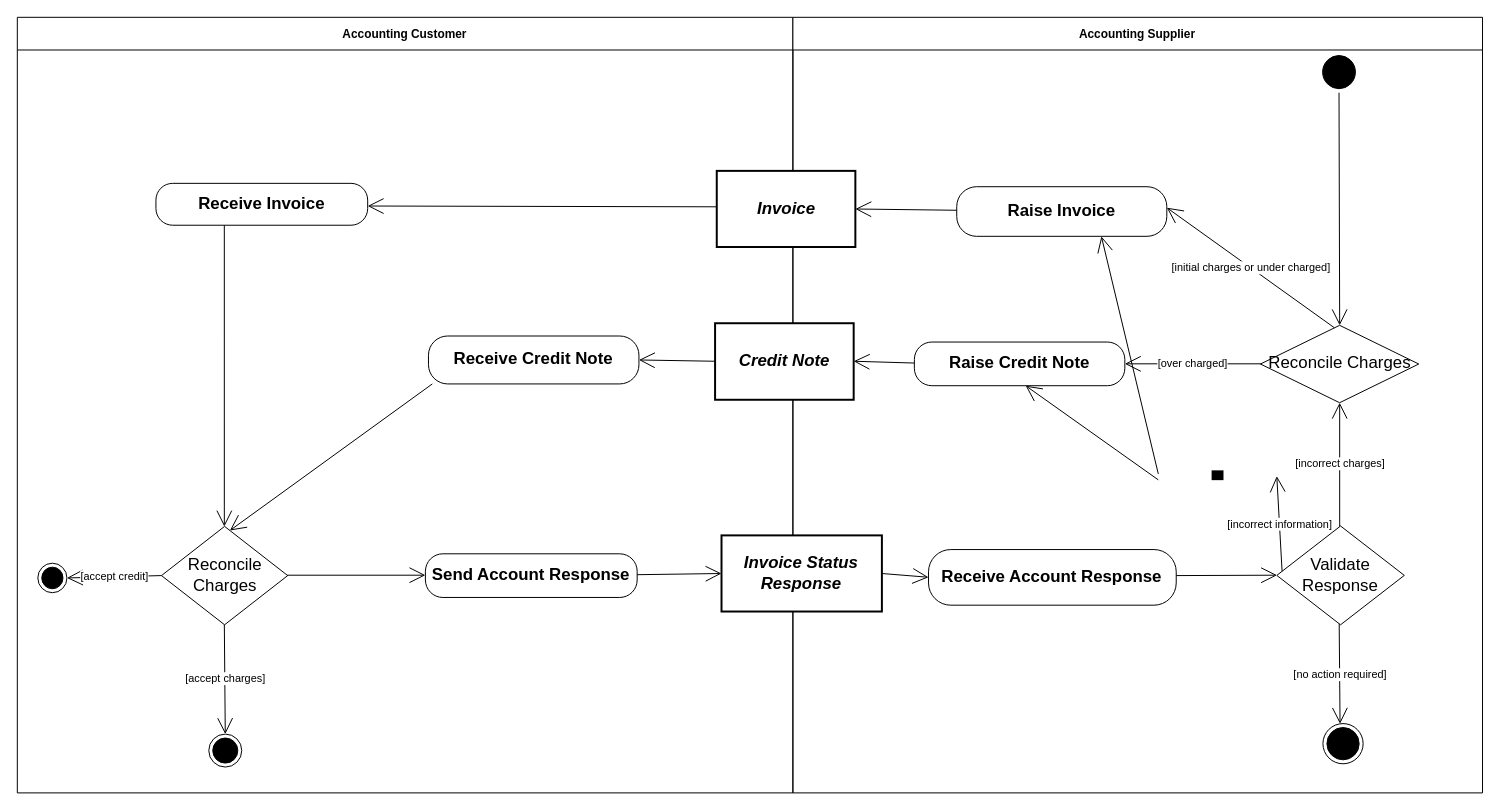
Earlier version of the draw.io diagram diagrams/UBL-2.5-BillingwithCreditNoteProcess/UBL-2.5-BillingwithCreditNoteProcess.drawio (kduvekot/ubl-work-on-svg-images). Source tidied: cells renumbered, new cells numbered last; positions are measured from the earlier drawing's top-left corner, leaving out a move shared by most shapes. Both pictures are drawn from the tidied source at 99%, with x=0, y=0 at pixel (17, 17).
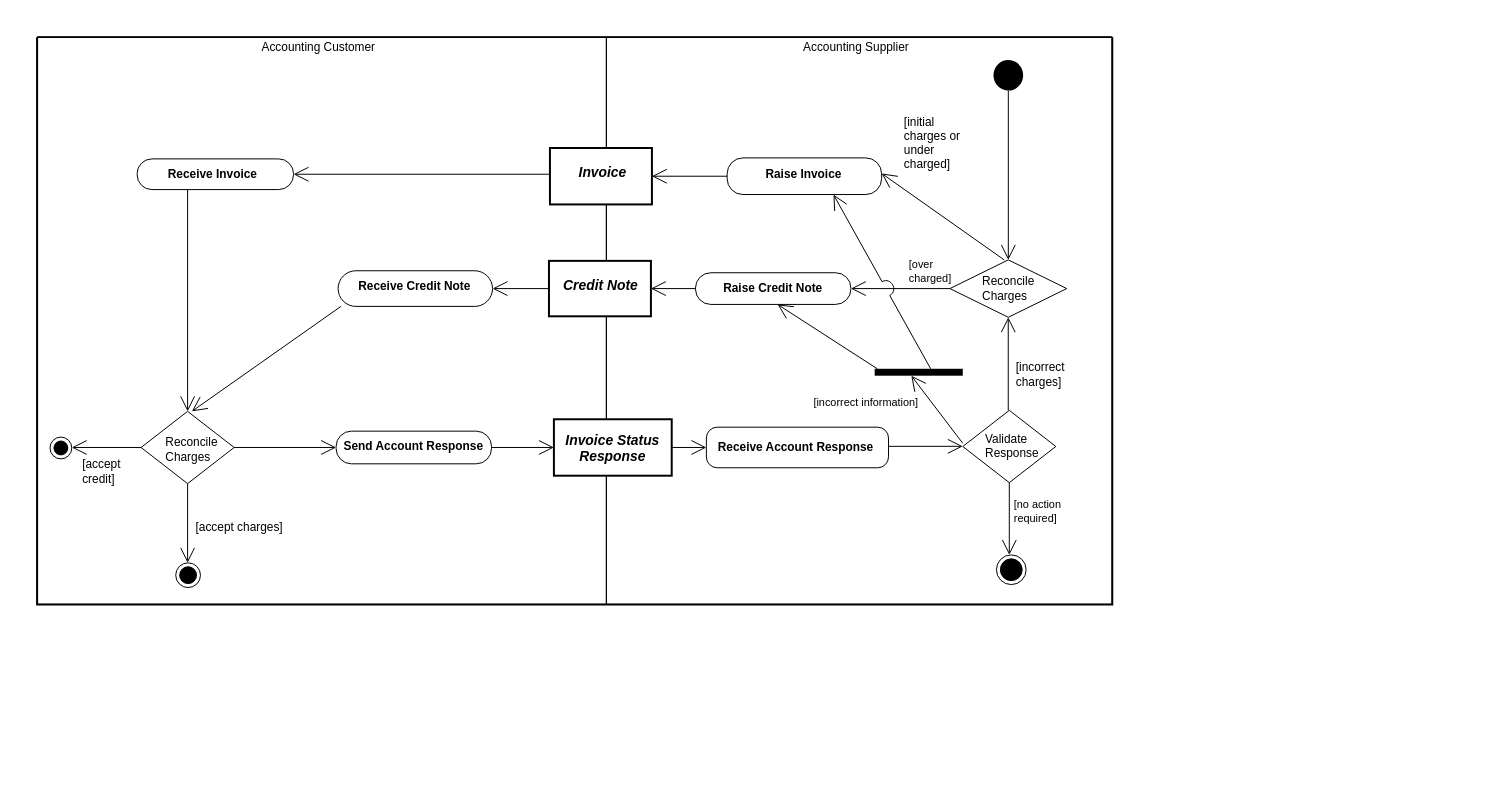
Above is the later version.

The edit, as a diff of the source:
```diff
@@
+    <mxCell id="41" style="swimlane;html=1;startSize=0;whiteSpace=wrap;fillColor=none;strokeWidth=2;" parent="1" vertex="1">
+      <mxGeometry x="20" y="20" width="1086" height="573" as="geometry" />
+    </mxCell>
-    <mxCell id="2" value="Accounting Customer" style="swimlane;whiteSpace=wrap;html=1;startSize=33;" parent="1" vertex="1">
-      <mxGeometry width="783.4" height="783.4" as="geometry" />
+    <mxCell id="2" value="Accounting Customer" style="swimlane;horizontal=1;startSize=21;swimlaneLine=0;html=1;fillColor=none;fontSize=12;fontStyle=0;spacing=0;spacingRight=7;" parent="41" vertex="1">
+      <mxGeometry width="575" height="573" as="geometry" />
     </mxCell>
-    <mxCell id="3" value="Accounting Supplier" style="swimlane;whiteSpace=wrap;html=1;startSize=33;" parent="1" vertex="1">
-      <mxGeometry x="783.4" width="696.6" height="783.4" as="geometry" />
+    <mxCell id="3" value="Accounting Supplier" style="swimlane;horizontal=1;startSize=21;swimlaneLine=0;html=1;fillColor=none;fontSize=12;fontStyle=0;spacing=0;spacingRight=7;" parent="41" vertex="1">
+      <mxGeometry x="575" width="511" height="573" as="geometry" />
     </mxCell>
-    <mxCell id="4" style="ellipse;html=1;shape=startState;fillColor=#000000;strokeColor=#000000;fontFamily=Helvetica;fontSize=17;" parent="1" vertex="1">
-      <mxGeometry x="1314.5" y="34.6" width="41.1" height="41.5" as="geometry" />
+    <mxCell id="4" style="ellipse;shape=startState;fillColor=#000000;strokeColor=none;html=1;" parent="3" vertex="1">
+      <mxGeometry x="387" y="19" width="38" height="39" as="geometry" />
     </mxCell>
-    <mxCell id="5" value="Invoice" style="rounded=0;whiteSpace=wrap;html=1;fontStyle=3;strokeWidth=2;fontFamily=Helvetica;fontSize=17;" parent="1" vertex="1">
-      <mxGeometry x="706.5" y="155.1" width="140" height="76.9" as="geometry" />
+    <mxCell id="5" value="Invoice" style="rounded=0;html=1;whiteSpace=nowrap;fontSize=14;fontStyle=3;align=center;verticalAlign=middle;spacing=0;spacingLeft=2;spacingBottom=7;strokeWidth=2;" parent="3" vertex="1">
+      <mxGeometry x="-57" y="112" width="103" height="57" as="geometry" />
     </mxCell>
-    <mxCell id="6" value="Receive Invoice" style="rounded=1;arcSize=40;whiteSpace=wrap;html=1;fontStyle=1;fontFamily=Helvetica;fontSize=17;" parent="1" vertex="1">
-      <mxGeometry x="140" y="167.7" width="213.9" height="42.3" as="geometry" />
+    <mxCell id="6" value="Receive Invoice" style="rounded=1;absoluteArcSize=1;arcSize=30;html=1;whiteSpace=nowrap;fontSize=12;fontStyle=1;align=center;verticalAlign=middle;spacing=0;spacingRight=6;spacingTop=1;" parent="2" vertex="1">
+      <mxGeometry x="101" y="123" width="158" height="31" as="geometry" />
     </mxCell>
-    <mxCell id="7" value="Raise Invoice" style="rounded=1;arcSize=40;whiteSpace=wrap;html=1;fontStyle=1;fontFamily=Helvetica;fontSize=17;" parent="1" vertex="1">
-      <mxGeometry x="948.9" y="171.1" width="212.2" height="50.1" as="geometry" />
+    <mxCell id="7" value="Raise Invoice" style="rounded=1;absoluteArcSize=1;arcSize=32;html=1;whiteSpace=nowrap;fontSize=12;fontStyle=1;align=center;verticalAlign=middle;spacing=0;spacingRight=3;spacingBottom=4;" parent="3" vertex="1">
+      <mxGeometry x="122" y="122" width="156" height="37" as="geometry" />
     </mxCell>
-    <mxCell id="8" value="Credit Note" style="rounded=0;whiteSpace=wrap;html=1;fontStyle=3;strokeWidth=2;fontFamily=Helvetica;fontSize=17;" parent="1" vertex="1">
-      <mxGeometry x="704.8" y="309" width="140" height="77.3" as="geometry" />
+    <mxCell id="8" value="Credit Note" style="rounded=0;html=1;whiteSpace=nowrap;fontSize=14;fontStyle=3;align=center;verticalAlign=middle;spacing=0;spacingLeft=1;spacingBottom=7;strokeWidth=2;" parent="3" vertex="1">
+      <mxGeometry x="-58" y="226" width="103" height="56" as="geometry" />
     </mxCell>
-    <mxCell id="9" value="Reconcile Charges" style="rhombus;whiteSpace=wrap;html=1;fontFamily=Helvetica;fontSize=17;" parent="1" vertex="1">
-      <mxGeometry x="1255.7" y="311.1" width="159.9" height="78.2" as="geometry" />
+    <mxCell id="9" value="Reconcile&lt;br&gt;Charges" style="rhombus;html=1;whiteSpace=nowrap;fontSize=12;fontStyle=0;align=left;verticalAlign=middle;spacing=0;spacingLeft=33;" parent="3" vertex="1">
+      <mxGeometry x="347" y="225" width="118" height="58" as="geometry" />
     </mxCell>
-    <mxCell id="10" value="Receive Credit Note" style="rounded=1;arcSize=40;whiteSpace=wrap;html=1;fontStyle=1;fontFamily=Helvetica;fontSize=17;" parent="1" vertex="1">
-      <mxGeometry x="415.3" y="321.9" width="212.6" height="48.4" as="geometry" />
+    <mxCell id="10" value="Receive Credit Note" style="rounded=1;absoluteArcSize=1;arcSize=36;html=1;whiteSpace=nowrap;fontSize=12;fontStyle=1;align=center;verticalAlign=middle;spacing=0;spacingRight=2;spacingBottom=5;" parent="2" vertex="1">
+      <mxGeometry x="304" y="236" width="156" height="36" as="geometry" />
     </mxCell>
-    <mxCell id="11" value="Raise Credit Note" style="rounded=1;arcSize=40;whiteSpace=wrap;html=1;fontStyle=1;fontFamily=Helvetica;fontSize=17;" parent="1" vertex="1">
-      <mxGeometry x="906.1" y="328" width="212.6" height="44.1" as="geometry" />
+    <mxCell id="11" value="Raise Credit Note" style="rounded=1;absoluteArcSize=1;arcSize=31;html=1;whiteSpace=nowrap;fontSize=12;fontStyle=1;align=center;verticalAlign=middle;spacing=0;spacingRight=2;spacingBottom=1;" parent="3" vertex="1">
+      <mxGeometry x="90" y="238" width="157" height="32" as="geometry" />
     </mxCell>
-    <mxCell id="12" style="html=1;shape=line;direction=north;strokeWidth=12;fontFamily=Helvetica;fontSize=17;" parent="1" vertex="1">
-      <mxGeometry x="1152.5" y="457.6" width="119.7" height="9.9" as="geometry" />
+    <mxCell id="12" style="html=1;points=[[0.0295,0],[0.4154,1],[0.6356,0]];perimeter=orthogonalPerimeter;fillColor=#000000;strokeColor=none;" parent="3" vertex="1">
+      <mxGeometry x="271" y="335" width="89" height="7" as="geometry" />
     </mxCell>
-    <mxCell id="13" value="Validate Response" style="rhombus;whiteSpace=wrap;html=1;fontFamily=Helvetica;fontSize=17;" parent="1" vertex="1">
-      <mxGeometry x="1272.2" y="513.8" width="128.8" height="99.8" as="geometry" />
+    <mxCell id="13" value="Validate&lt;br&gt;Response" style="rhombus;html=1;whiteSpace=nowrap;fontSize=12;fontStyle=0;align=left;verticalAlign=middle;spacing=0;spacingLeft=23;spacingBottom=2;" parent="3" vertex="1">
+      <mxGeometry x="360" y="377" width="94" height="73" as="geometry" />
     </mxCell>
-    <mxCell id="14" value="Reconcile Charges" style="rhombus;whiteSpace=wrap;html=1;fontFamily=Helvetica;fontSize=17;" parent="1" vertex="1">
-      <mxGeometry x="145.6" y="514.2" width="127.5" height="99.4" as="geometry" />
+    <mxCell id="14" value="Reconcile&lt;br&gt;Charges" style="rhombus;html=1;whiteSpace=nowrap;fontSize=12;fontStyle=0;align=left;verticalAlign=middle;spacing=0;spacingLeft=25;spacingTop=4;" parent="2" vertex="1">
+      <mxGeometry x="105" y="378" width="94" height="73" as="geometry" />
     </mxCell>
-    <mxCell id="15" value="Invoice Status Response" style="rounded=0;whiteSpace=wrap;html=1;fontStyle=3;strokeWidth=2;fontFamily=Helvetica;fontSize=17;" parent="1" vertex="1">
-      <mxGeometry x="711.3" y="523.3" width="162" height="76.9" as="geometry" />
+    <mxCell id="15" value="Invoice Status&lt;br&gt;Response" style="rounded=0;html=1;whiteSpace=nowrap;fontSize=14;fontStyle=3;align=center;verticalAlign=middle;spacing=0;spacingRight=1;spacingTop=1;strokeWidth=2;" parent="3" vertex="1">
+      <mxGeometry x="-53" y="386" width="119" height="57" as="geometry" />
     </mxCell>
-    <mxCell id="16" value="Receive Account Response" style="rounded=1;arcSize=40;whiteSpace=wrap;html=1;fontStyle=1;fontFamily=Helvetica;fontSize=17;" parent="1" vertex="1">
-      <mxGeometry x="920.4" y="537.6" width="250.2" height="56.2" as="geometry" />
+    <mxCell id="16" value="Receive Account Response" style="rounded=1;absoluteArcSize=1;arcSize=22;html=1;whiteSpace=nowrap;fontSize=12;fontStyle=1;align=center;verticalAlign=middle;spacing=0;spacingRight=4;spacingTop=1;" parent="3" vertex="1">
+      <mxGeometry x="101" y="394" width="184" height="41" as="geometry" />
     </mxCell>
-    <mxCell id="17" value="Send Account Response" style="rounded=1;arcSize=40;whiteSpace=wrap;html=1;fontStyle=1;fontFamily=Helvetica;fontSize=17;" parent="1" vertex="1">
-      <mxGeometry x="412.2" y="541.9" width="213.9" height="44.1" as="geometry" />
+    <mxCell id="17" value="Send Account Response" style="rounded=1;absoluteArcSize=1;arcSize=31;html=1;whiteSpace=nowrap;fontSize=12;fontStyle=1;align=center;verticalAlign=middle;spacing=0;spacingRight=2;spacingBottom=1;" parent="2" vertex="1">
+      <mxGeometry x="302" y="398" width="157" height="33" as="geometry" />
     </mxCell>
-    <mxCell id="18" style="ellipse;html=1;shape=endState;fillColor=#000000;strokeColor=#000000;fontFamily=Helvetica;fontSize=17;" parent="1" vertex="1">
-      <mxGeometry x="20.7" y="551.4" width="29.4" height="29.8" as="geometry" />
+    <mxCell id="18" style="ellipse;shape=endState;fillColor=#000000;html=1;" parent="2" vertex="1">
+      <mxGeometry x="13" y="404" width="22" height="22" as="geometry" />
     </mxCell>
-    <mxCell id="19" style="ellipse;html=1;shape=endState;fillColor=#000000;strokeColor=#000000;fontFamily=Helvetica;fontSize=17;" parent="1" vertex="1">
-      <mxGeometry x="1318.8" y="713.4" width="40.6" height="40.6" as="geometry" />
+    <mxCell id="19" style="ellipse;shape=endState;fillColor=#000000;html=1;" parent="3" vertex="1">
+      <mxGeometry x="394" y="523" width="30" height="30" as="geometry" />
     </mxCell>
-    <mxCell id="20" style="ellipse;html=1;shape=endState;fillColor=#000000;strokeColor=#000000;fontFamily=Helvetica;fontSize=17;" parent="1" vertex="1">
-      <mxGeometry x="193.4" y="724" width="33.3" height="33.3" as="geometry" />
+    <mxCell id="20" style="ellipse;shape=endState;fillColor=#000000;html=1;" parent="2" vertex="1">
+      <mxGeometry x="140" y="531" width="25" height="25" as="geometry" />
     </mxCell>
-    <mxCell id="21" style="edgeStyle=none;rounded=0;html=1;endArrow=open;endFill=0;endSize=14;exitX=0.5158;exitY=1.0;entryX=0.5003;entryY=0.0;" parent="1" edge="1" source="4" target="9">
+    <mxCell id="21" style="edgeStyle=none;rounded=0;html=1;endArrow=open;endFill=0;endSize=13;exitPerimeter=0;entryX=0.5;entryY=0;entryPerimeter=0;exitX=0.5;exitY=0.8961;" parent="3" edge="1" source="4" target="9">
       <mxGeometry relative="1" as="geometry" />
     </mxCell>
-    <mxCell id="22" style="edgeStyle=none;rounded=0;html=1;endArrow=open;endFill=0;endSize=14;exitX=0.0;exitY=0.472;entryX=1.0;entryY=0.5414;" parent="1" edge="1" source="5" target="6">
+    <mxCell id="22" style="edgeStyle=none;rounded=0;html=1;endArrow=open;endFill=0;endSize=13;exitPerimeter=0;entryX=1;entryY=0.5;entryPerimeter=0;exitX=0;exitY=0.464912;" parent="41" edge="1" source="5" target="6">
       <mxGeometry relative="1" as="geometry" />
     </mxCell>
-    <mxCell id="23" style="edgeStyle=none;rounded=0;html=1;endArrow=open;endFill=0;endSize=14;exitX=0.0;exitY=0.475;entryX=1.0;entryY=0.5007;" parent="1" edge="1" source="7" target="5">
+    <mxCell id="23" style="edgeStyle=none;rounded=0;html=1;endArrow=open;endFill=0;endSize=13;exitX=0;exitY=0.5;exitPerimeter=0;entryX=1;entryY=0.5;entryPerimeter=0;" parent="3" edge="1" source="7" target="5">
       <mxGeometry relative="1" as="geometry" />
     </mxCell>
-    <mxCell id="24" value="[initial charges or under charged]" style="edgeStyle=none;rounded=0;html=1;endArrow=open;endFill=0;endSize=14;exitX=0.4653;exitY=0.0;entryX=1.0;entryY=0.4232;" parent="1" edge="1" source="9" target="7">
-      <mxGeometry relative="1" as="geometry" />
+    <mxCell id="24" value="[initial&lt;br&gt;charges or&lt;br&gt;under&lt;br&gt;charged]" style="edgeStyle=none;rounded=0;html=1;endArrow=open;endFill=0;endSize=13;exitX=0.4647;exitY=0;exitPerimeter=0;entryX=1;entryY=0.4228;entryPerimeter=0;fontSize=12;fontStyle=0;align=left;verticalAlign=middle;labelBackgroundColor=none;" parent="3" edge="1" source="9" target="7">
+      <mxGeometry x="1" relative="1" as="geometry">
+        <mxPoint x="21" y="-30" as="offset" />
+      </mxGeometry>
     </mxCell>
-    <mxCell id="25" style="edgeStyle=none;rounded=0;html=1;endArrow=open;endFill=0;endSize=14;exitX=0.323;exitY=1.0;entryX=0.498;entryY=0.0;" parent="1" edge="1" source="6" target="14">
+    <mxCell id="25" style="edgeStyle=none;rounded=0;html=1;endArrow=open;endFill=0;endSize=13;exitPerimeter=0;entryX=0.5;entryY=0;entryPerimeter=0;exitX=0.322785;exitY=1;" parent="2" edge="1" source="6" target="14">
       <mxGeometry relative="1" as="geometry" />
     </mxCell>
-    <mxCell id="26" style="edgeStyle=none;rounded=0;html=1;endArrow=open;endFill=0;endSize=14;exitX=0.6349;exitY=0.0;entryX=0.6885;entryY=1.0;" parent="1" edge="1" source="12" target="7">
-      <mxGeometry relative="1" as="geometry" />
-    </mxCell>
-    <mxCell id="27" value="[over charged]" style="edgeStyle=none;rounded=0;html=1;endArrow=open;endFill=0;endSize=14;exitX=0.0;exitY=0.4974;entryX=1.0;entryY=0.4989;" parent="1" edge="1" source="9" target="11">
-      <mxGeometry relative="1" as="geometry" />
+    <mxCell id="27" value="[over&lt;br&gt;charged]" style="edgeStyle=none;rounded=0;html=1;endArrow=open;endFill=0;endSize=13;exitX=0;exitY=0.5;exitPerimeter=0;entryX=1;entryY=0.5;entryPerimeter=0;fontSize=11;fontStyle=0;align=left;verticalAlign=middle;labelBackgroundColor=none;" parent="3" edge="1" source="9" target="11">
+      <mxGeometry x="-0.14" relative="1" as="geometry">
+        <mxPoint y="-17" as="offset" />
+      </mxGeometry>
     </mxCell>
-    <mxCell id="28" style="edgeStyle=none;rounded=0;html=1;endArrow=open;endFill=0;endSize=14;exitX=0.0;exitY=0.4968;entryX=1.0;entryY=0.5;" parent="1" edge="1" source="8" target="10">
+    <mxCell id="28" style="edgeStyle=none;rounded=0;html=1;endArrow=open;endFill=0;endSize=13;exitX=0;exitY=0.5;exitPerimeter=0;entryX=1;entryY=0.5;entryPerimeter=0;" parent="41" edge="1" source="8" target="10">
       <mxGeometry relative="1" as="geometry" />
     </mxCell>
-    <mxCell id="29" style="edgeStyle=none;rounded=0;html=1;endArrow=open;endFill=0;endSize=14;exitX=0.0;exitY=0.4807;entryX=1.0;entryY=0.4968;" parent="1" edge="1" source="11" target="8">
+    <mxCell id="29" style="edgeStyle=none;rounded=0;html=1;endArrow=open;endFill=0;endSize=13;exitX=0;exitY=0.5;exitPerimeter=0;entryX=1;entryY=0.5;entryPerimeter=0;" parent="3" edge="1" source="11" target="8">
       <mxGeometry relative="1" as="geometry" />
     </mxCell>
-    <mxCell id="30" style="edgeStyle=none;rounded=0;html=1;endArrow=open;endFill=0;endSize=14;exitX=0.0183;exitY=1.0;entryX=0.5459;entryY=0.0;" parent="1" edge="1" source="10" target="14">
+    <mxCell id="30" style="edgeStyle=none;rounded=0;html=1;endArrow=open;endFill=0;endSize=13;exitX=0.0185;exitY=1;exitPerimeter=0;entryX=0.5458;entryY=0;entryPerimeter=0;" parent="2" edge="1" source="10" target="14">
       <mxGeometry relative="1" as="geometry" />
     </mxCell>
-    <mxCell id="31" style="edgeStyle=none;rounded=0;html=1;endArrow=open;endFill=0;endSize=14;exitX=0.0284;exitY=0.0;entryX=0.5287;entryY=1.0;" parent="1" edge="1" source="12" target="11">
+    <mxCell id="31" style="edgeStyle=none;rounded=0;html=1;endArrow=open;endFill=0;endSize=13;exitX=0.0295;exitY=0;exitPerimeter=0;entryX=0.5284;entryY=1;entryPerimeter=0;" parent="3" edge="1" source="12" target="11">
       <mxGeometry relative="1" as="geometry" />
     </mxCell>
-    <mxCell id="32" value="[incorrect charges]" style="edgeStyle=none;rounded=0;html=1;endArrow=open;endFill=0;endSize=14;exitX=0.493;exitY=0.0;entryX=0.5003;entryY=1.0;" parent="1" edge="1" source="13" target="9">
-      <mxGeometry relative="1" as="geometry" />
+    <mxCell id="32" value="[incorrect&lt;br&gt;charges]" style="edgeStyle=none;rounded=0;html=1;endArrow=open;endFill=0;endSize=13;exitPerimeter=0;entryX=0.4996;entryY=1;entryPerimeter=0;fontSize=12;fontStyle=0;align=left;verticalAlign=middle;labelBackgroundColor=none;exitX=0.48886;exitY=0;" parent="3" edge="1" source="13" target="9">
+      <mxGeometry x="-0.24" relative="1" as="geometry">
+        <mxPoint x="6" as="offset" />
+      </mxGeometry>
     </mxCell>
-    <mxCell id="33" value="[incorrect information]" style="edgeStyle=none;rounded=0;html=1;endArrow=open;endFill=0;endSize=14;exitX=0.0;exitY=0.4549;entryX=0.4144;entryY=1.0;" parent="1" edge="1" source="13" target="12">
-      <mxGeometry relative="1" as="geometry" />
+    <mxCell id="33" value="[incorrect information]" style="edgeStyle=none;rounded=0;html=1;endArrow=open;endFill=0;endSize=13;exitX=0;exitY=0.4558;exitPerimeter=0;entryX=0.4154;entryY=1;entryPerimeter=0;fontSize=11;fontStyle=0;align=center;verticalAlign=middle;labelBackgroundColor=none;" parent="3" edge="1" source="13" target="12">
+      <mxGeometry x="1" relative="1" as="geometry">
+        <mxPoint x="-46" y="27" as="offset" />
+      </mxGeometry>
     </mxCell>
-    <mxCell id="34" style="edgeStyle=none;rounded=0;html=1;endArrow=open;endFill=0;endSize=14;exitX=1.0;exitY=0.4785;entryX=0.0;entryY=0.5007;" parent="1" edge="1" source="17" target="15">
+    <mxCell id="34" style="edgeStyle=none;rounded=0;html=1;endArrow=open;endFill=0;endSize=13;exitX=1;exitY=0.5;exitPerimeter=0;entryX=0;entryY=0.5;entryPerimeter=0;" parent="41" edge="1" source="17" target="15">
       <mxGeometry relative="1" as="geometry" />
     </mxCell>
-    <mxCell id="35" style="edgeStyle=none;rounded=0;html=1;endArrow=open;endFill=0;endSize=14;exitX=1.0;exitY=0.496;entryX=0.0;entryY=0.4898;" parent="1" edge="1" source="14" target="17">
+    <mxCell id="35" style="edgeStyle=none;rounded=0;html=1;endArrow=open;endFill=0;endSize=13;exitX=1;exitY=0.5;exitPerimeter=0;entryX=0;entryY=0.5;entryPerimeter=0;" parent="2" edge="1" source="14" target="17">
       <mxGeometry relative="1" as="geometry" />
     </mxCell>
-    <mxCell id="36" style="edgeStyle=none;rounded=0;html=1;endArrow=open;endFill=0;endSize=14;exitX=1.0;exitY=0.5007;entryX=0.0;entryY=0.4982;" parent="1" edge="1" source="15" target="16">
+    <mxCell id="36" style="edgeStyle=none;rounded=0;html=1;endArrow=open;endFill=0;endSize=13;exitX=1;exitY=0.5;exitPerimeter=0;entryX=0;entryY=0.5;entryPerimeter=0;" parent="3" edge="1" source="15" target="16">
       <mxGeometry relative="1" as="geometry" />
     </mxCell>
-    <mxCell id="37" style="edgeStyle=none;rounded=0;html=1;endArrow=open;endFill=0;endSize=14;exitX=1.0;exitY=0.468;entryX=0.0;entryY=0.498;" parent="1" edge="1" source="16" target="13">
+    <mxCell id="37" style="edgeStyle=none;rounded=0;html=1;endArrow=open;endFill=0;endSize=13;exitPerimeter=0;entryX=0;entryY=0.498;entryPerimeter=0;exitX=1;exitY=0.472049;" parent="3" edge="1" source="16" target="13">
       <mxGeometry relative="1" as="geometry" />
     </mxCell>
-    <mxCell id="38" value="[accept credit]" style="edgeStyle=none;rounded=0;html=1;endArrow=open;endFill=0;endSize=14;exitX=0.0;exitY=0.5;entryX=1.0;entryY=0.4765;" parent="1" edge="1" source="14" target="18">
-      <mxGeometry relative="1" as="geometry" />
+    <mxCell id="38" value="[accept&lt;br&gt;credit]" style="edgeStyle=none;rounded=0;html=1;endArrow=open;endFill=0;endSize=13;exitX=0;exitY=0.5;exitPerimeter=0;entryPerimeter=0;fontSize=12;fontStyle=0;align=left;verticalAlign=middle;labelBackgroundColor=none;entryX=1;entryY=0.477273;" parent="2" edge="1" source="14" target="18">
+      <mxGeometry x="0.73" relative="1" as="geometry">
+        <mxPoint y="24" as="offset" />
+      </mxGeometry>
     </mxCell>
-    <mxCell id="39" value="[accept charges]" style="edgeStyle=none;rounded=0;html=1;endArrow=open;endFill=0;endSize=14;exitX=0.498;exitY=1.0;entryX=0.4715;entryY=0.0;" parent="1" edge="1" source="14" target="20">
-      <mxGeometry relative="1" as="geometry" />
+    <mxCell id="39" value="[accept charges]" style="edgeStyle=none;rounded=0;html=1;endArrow=open;endFill=0;endSize=13;exitX=0.5;exitY=1;exitPerimeter=0;entryPerimeter=0;fontSize=12;fontStyle=0;align=center;verticalAlign=middle;labelBackgroundColor=none;entryX=0.48;entryY=0;" parent="2" edge="1" source="14" target="20">
+      <mxGeometry x="0.11" relative="1" as="geometry">
+        <mxPoint x="52" as="offset" />
+      </mxGeometry>
     </mxCell>
-    <mxCell id="40" value="[no action required]" style="edgeStyle=none;rounded=0;html=1;endArrow=open;endFill=0;endSize=14;exitX=0.4891;exitY=1.0;entryX=0.4261;entryY=0.0;" parent="1" edge="1" source="13" target="19">
-      <mxGeometry relative="1" as="geometry" />
+    <mxCell id="40" value="[no action&lt;br&gt;required]" style="edgeStyle=none;rounded=0;html=1;endArrow=open;endFill=0;endSize=13;exitX=0.5;exitY=1;exitPerimeter=0;entryPerimeter=0;fontSize=11;fontStyle=0;align=left;verticalAlign=middle;labelBackgroundColor=none;entryX=0.433333;entryY=0;" parent="3" edge="1" source="13" target="19">
+      <mxGeometry x="-0.2" relative="1" as="geometry">
+        <mxPoint x="3" as="offset" />
+      </mxGeometry>
     </mxCell>
+    <mxCell id="26" style="edgeStyle=none;rounded=0;html=1;endArrow=open;endFill=0;endSize=13;exitX=0.6356;exitY=0;exitPerimeter=0;entryX=0.6882;entryY=1;entryPerimeter=0;jumpStyle=arc;jumpSize=16;" parent="3" edge="1" source="12" target="7">
+      <mxGeometry relative="1" as="geometry" />
+    </mxCell>
```
